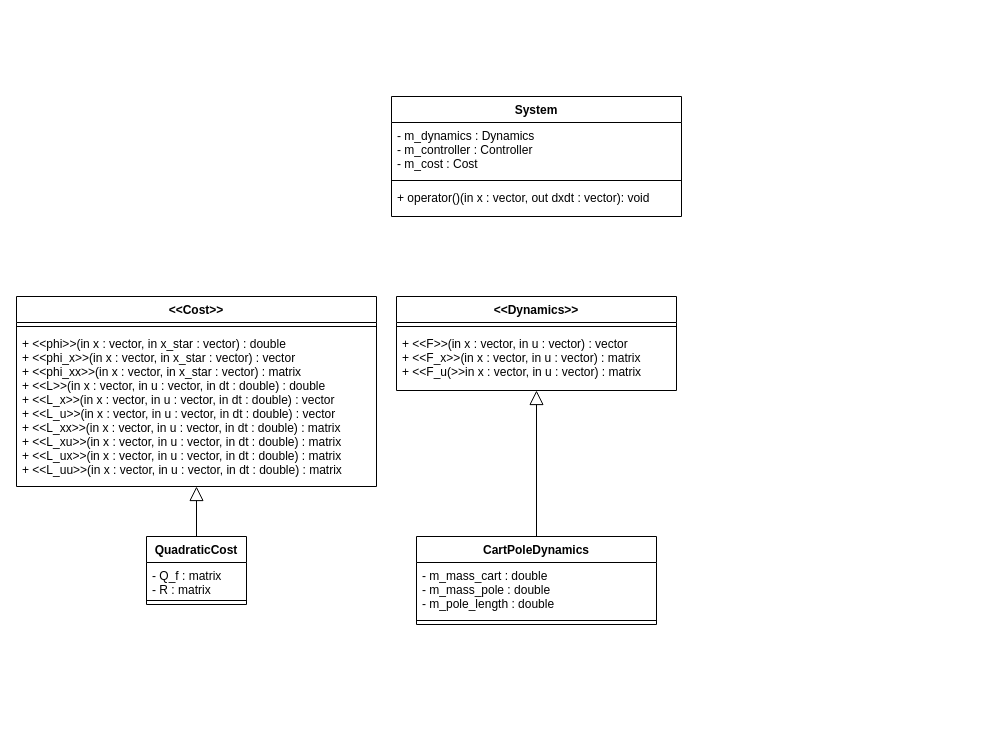
Above: doc/mpc-sim-class-diagram.drawio in maitreyakv/aav-sim (draw.io), before the change. Source tidied: cells renumbered, new cells numbered last; positions are measured from the earlier drawing's top-left corner, leaving out a move shared by most shapes. Both pictures are drawn from the tidied source at 100%, with x=0, y=0 at pixel (16, 96).
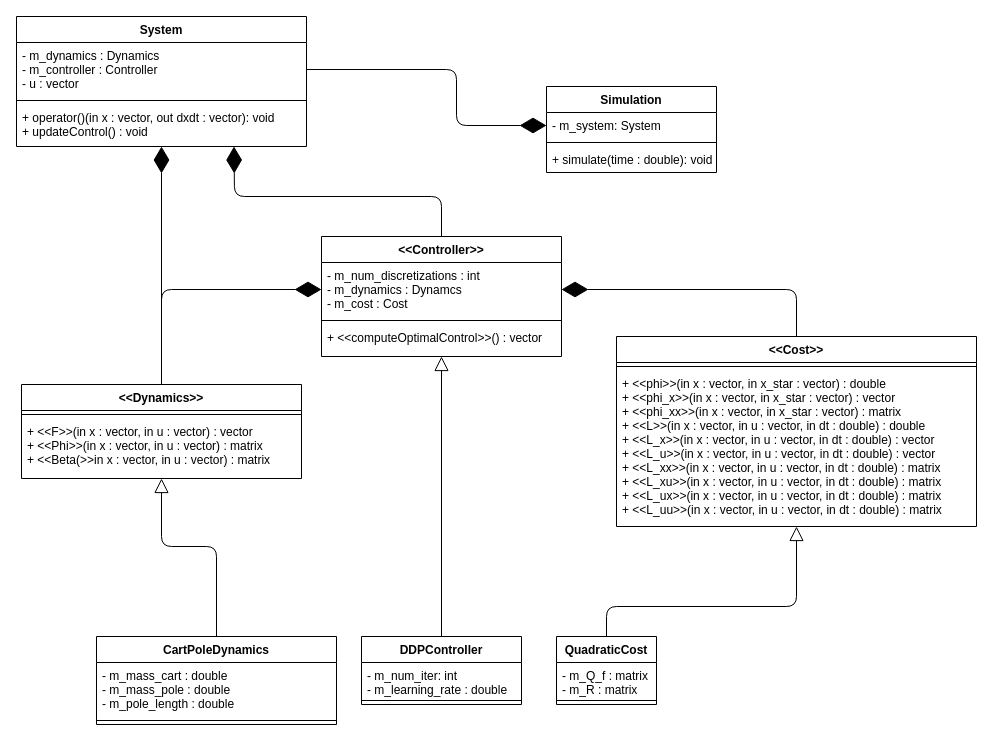
After the change.

Commit message:
Updated UML class diagram

Diff of the diagram source:
```diff
@@
     <mxCell id="2" value="&lt;&lt;Dynamics&gt;&gt;" style="swimlane;fontStyle=1;align=center;verticalAlign=top;horizontal=1;startSize=26;" parent="1" vertex="1">
-      <mxGeometry x="380" y="200" width="280" height="94" as="geometry" />
+      <mxGeometry x="5" y="288" width="280" height="94" as="geometry" />
     </mxCell>
@@
-    <mxCell id="4" value="+ &lt;&lt;F&gt;&gt;(in x : vector, in u : vector) : vector&#10;+ &lt;&lt;F_x&gt;&gt;(in x : vector, in u : vector) : matrix&#10;+ &lt;&lt;F_u(&gt;&gt;in x : vector, in u : vector) : matrix" style="text;strokeColor=none;fillColor=none;align=left;verticalAlign=top;spacingLeft=4;spacingRight=4;overflow=hidden;" parent="2" vertex="1">
+    <mxCell id="4" value="+ &lt;&lt;F&gt;&gt;(in x : vector, in u : vector) : vector&#10;+ &lt;&lt;Phi&gt;&gt;(in x : vector, in u : vector) : matrix&#10;+ &lt;&lt;Beta(&gt;&gt;in x : vector, in u : vector) : matrix" style="text;strokeColor=none;fillColor=none;align=left;verticalAlign=top;spacingLeft=4;spacingRight=4;overflow=hidden;" parent="2" vertex="1">
       <mxGeometry y="34" width="280" height="60" as="geometry" />
     </mxCell>
     <mxCell id="5" value="CartPoleDynamics" style="swimlane;fontStyle=1;align=center;verticalAlign=top;horizontal=1;startSize=26;" parent="1" vertex="1">
-      <mxGeometry x="400" y="440" width="240" height="88" as="geometry" />
+      <mxGeometry x="80" y="540" width="240" height="88" as="geometry" />
     </mxCell>
@@
     <mxCell id="8" style="endArrow=block;endFill=0;endSize=12;html=1;exitX=0.5;exitY=0;exitDx=0;exitDy=0;entryX=0.5;entryY=1;entryDx=0;entryDy=0;" parent="1" edge="1" source="5" target="2">
-      <mxGeometry relative="1" as="geometry" />
+      <mxGeometry relative="1" as="geometry">
+        <Array as="points">
+          <mxPoint x="200" y="450" />
+          <mxPoint x="145" y="450" />
+        </Array>
+      </mxGeometry>
     </mxCell>
     <mxCell id="9" value="System" style="swimlane;fontStyle=1;align=center;verticalAlign=top;horizontal=1;startSize=26;" parent="1" vertex="1">
-      <mxGeometry x="375" width="290" height="120" as="geometry" />
+      <mxGeometry y="-80" width="290" height="130" as="geometry" />
     </mxCell>
-    <mxCell id="10" value="- m_dynamics : Dynamics&#10;- m_controller : Controller&#10;- m_cost : Cost&#10;" style="text;strokeColor=none;fillColor=none;align=left;verticalAlign=top;spacingLeft=4;spacingRight=4;overflow=hidden;points=[[0,0.5],[1,0.5]];portConstraint=eastwest;" parent="9" vertex="1">
+    <mxCell id="10" value="- m_dynamics : Dynamics&#10;- m_controller : Controller&#10;- u : vector&#10;" style="text;strokeColor=none;fillColor=none;align=left;verticalAlign=top;spacingLeft=4;spacingRight=4;overflow=hidden;points=[[0,0.5],[1,0.5]];portConstraint=eastwest;" parent="9" vertex="1">
       <mxGeometry y="26" width="290" height="54" as="geometry" />
     </mxCell>
@@
-    <mxCell id="12" value="+ operator()(in x : vector, out dxdt : vector): void" style="text;strokeColor=none;fillColor=none;align=left;verticalAlign=top;spacingLeft=4;spacingRight=4;overflow=hidden;" parent="9" vertex="1">
-      <mxGeometry y="88" width="290" height="32" as="geometry" />
+    <mxCell id="12" value="+ operator()(in x : vector, out dxdt : vector): void&#10;+ updateControl() : void&#10;" style="text;strokeColor=none;fillColor=none;align=left;verticalAlign=top;spacingLeft=4;spacingRight=4;overflow=hidden;" parent="9" vertex="1">
+      <mxGeometry y="88" width="290" height="42" as="geometry" />
     </mxCell>
     <mxCell id="13" value="&lt;&lt;Cost&gt;&gt;" style="swimlane;fontStyle=1;align=center;verticalAlign=top;horizontal=1;startSize=26;" parent="1" vertex="1">
-      <mxGeometry y="200" width="360" height="190" as="geometry" />
+      <mxGeometry x="600" y="240" width="360" height="190" as="geometry" />
     </mxCell>
@@
     <mxCell id="16" value="QuadraticCost" style="swimlane;fontStyle=1;align=center;verticalAlign=top;horizontal=1;startSize=26;" parent="1" vertex="1">
-      <mxGeometry x="130" y="440" width="100" height="68" as="geometry" />
+      <mxGeometry x="540" y="540" width="100" height="68" as="geometry" />
     </mxCell>
-    <mxCell id="17" value="- Q_f : matrix&#10;- R : matrix&#10;" style="text;strokeColor=none;fillColor=none;align=left;verticalAlign=top;spacingLeft=4;spacingRight=4;overflow=hidden;" parent="16" vertex="1">
+    <mxCell id="17" value="- m_Q_f : matrix&#10;- m_R : matrix&#10;" style="text;strokeColor=none;fillColor=none;align=left;verticalAlign=top;spacingLeft=4;spacingRight=4;overflow=hidden;" parent="16" vertex="1">
       <mxGeometry y="26" width="100" height="34" as="geometry" />
     </mxCell>
@@
     <mxCell id="19" style="endArrow=block;endFill=0;endSize=12;html=1;exitX=0.5;exitY=0;exitDx=0;exitDy=0;entryX=0.5;entryY=1;entryDx=0;entryDy=0;" parent="1" edge="1" source="16" target="13">
-      <mxGeometry relative="1" as="geometry" />
+      <mxGeometry relative="1" as="geometry">
+        <Array as="points">
+          <mxPoint x="590" y="510" />
+          <mxPoint x="780" y="510" />
+        </Array>
+      </mxGeometry>
     </mxCell>
+    <mxCell id="20" value="&lt;&lt;Controller&gt;&gt;" style="swimlane;fontStyle=1;align=center;verticalAlign=top;horizontal=1;startSize=26;" parent="1" vertex="1">
+      <mxGeometry x="305" y="140" width="240" height="120" as="geometry" />
+    </mxCell>
+    <mxCell id="21" value="- m_num_discretizations : int&#10;- m_dynamics : Dynamcs&#10;- m_cost : Cost&#10;&#10;" style="text;strokeColor=none;fillColor=none;align=left;verticalAlign=top;spacingLeft=4;spacingRight=4;overflow=hidden;points=[[0,0.5],[1,0.5]];portConstraint=eastwest;" parent="20" vertex="1">
+      <mxGeometry y="26" width="240" height="54" as="geometry" />
+    </mxCell>
+    <mxCell id="22" style="line;strokeWidth=1;fillColor=none;align=left;verticalAlign=middle;spacingTop=-1;spacingLeft=3;spacingRight=3;labelPosition=right;" parent="20" vertex="1">
+      <mxGeometry y="80" width="240" height="8" as="geometry" />
+    </mxCell>
+    <mxCell id="23" value="+ &lt;&lt;computeOptimalControl&gt;&gt;() : vector" style="text;strokeColor=none;fillColor=none;align=left;verticalAlign=top;spacingLeft=4;spacingRight=4;overflow=hidden;" parent="20" vertex="1">
+      <mxGeometry y="88" width="240" height="32" as="geometry" />
+    </mxCell>
+    <mxCell id="24" value="DDPController" style="swimlane;fontStyle=1;align=center;verticalAlign=top;horizontal=1;startSize=26;" parent="1" vertex="1">
+      <mxGeometry x="345" y="540" width="160" height="68" as="geometry" />
+    </mxCell>
+    <mxCell id="25" value="- m_num_iter: int&#10;- m_learning_rate : double&#10;" style="text;strokeColor=none;fillColor=none;align=left;verticalAlign=top;spacingLeft=4;spacingRight=4;overflow=hidden;" parent="24" vertex="1">
+      <mxGeometry y="26" width="160" height="34" as="geometry" />
+    </mxCell>
+    <mxCell id="26" style="line;strokeWidth=1;fillColor=none;align=left;verticalAlign=middle;spacingTop=-1;spacingLeft=3;spacingRight=3;labelPosition=right;" parent="24" vertex="1">
+      <mxGeometry y="60" width="160" height="8" as="geometry" />
+    </mxCell>
+    <mxCell id="27" style="endArrow=block;endFill=0;endSize=12;html=1;exitX=0.5;exitY=0;exitDx=0;exitDy=0;entryX=0.5;entryY=1;entryDx=0;entryDy=0;" parent="1" edge="1" source="24" target="20">
+      <mxGeometry relative="1" as="geometry" />
+    </mxCell>
+    <mxCell id="28" style="endArrow=diamondThin;endFill=1;endSize=24;html=1;exitX=0.5;exitY=0;exitDx=0;exitDy=0;entryX=0.5;entryY=1;entryDx=0;entryDy=0;" parent="1" edge="1" source="2" target="9">
+      <mxGeometry relative="1" as="geometry" />
+    </mxCell>
+    <mxCell id="29" style="endArrow=diamondThin;endFill=1;endSize=24;html=1;exitX=0.5;exitY=0;exitDx=0;exitDy=0;entryX=1;entryY=0.5;entryDx=0;entryDy=0;" parent="1" edge="1" source="13" target="21">
+      <mxGeometry relative="1" as="geometry">
+        <Array as="points">
+          <mxPoint x="780" y="193" />
+        </Array>
+      </mxGeometry>
+    </mxCell>
+    <mxCell id="30" style="endArrow=diamondThin;endFill=1;endSize=24;html=1;exitX=0.5;exitY=0;exitDx=0;exitDy=0;entryX=0;entryY=0.5;entryDx=0;entryDy=0;" parent="1" edge="1" source="2" target="21">
+      <mxGeometry relative="1" as="geometry">
+        <Array as="points">
+          <mxPoint x="145" y="193" />
+        </Array>
+      </mxGeometry>
+    </mxCell>
+    <mxCell id="31" style="endArrow=diamondThin;endFill=1;endSize=24;html=1;exitX=0.5;exitY=0;exitDx=0;exitDy=0;entryX=0.75;entryY=1;entryDx=0;entryDy=0;" parent="1" edge="1" source="20" target="9">
+      <mxGeometry relative="1" as="geometry">
+        <Array as="points">
+          <mxPoint x="425" y="100" />
+          <mxPoint x="218" y="100" />
+        </Array>
+      </mxGeometry>
+    </mxCell>
+    <mxCell id="32" value="Simulation" style="swimlane;fontStyle=1;align=center;verticalAlign=top;horizontal=1;startSize=26;" parent="1" vertex="1">
+      <mxGeometry x="530" y="-10" width="170" height="86" as="geometry" />
+    </mxCell>
+    <mxCell id="33" value="- m_system: System" style="text;strokeColor=none;fillColor=none;align=left;verticalAlign=top;spacingLeft=4;spacingRight=4;overflow=hidden;points=[[0,0.5],[1,0.5]];portConstraint=eastwest;" parent="32" vertex="1">
+      <mxGeometry y="26" width="170" height="26" as="geometry" />
+    </mxCell>
+    <mxCell id="34" style="line;strokeWidth=1;fillColor=none;align=left;verticalAlign=middle;spacingTop=-1;spacingLeft=3;spacingRight=3;labelPosition=right;" parent="32" vertex="1">
+      <mxGeometry y="52" width="170" height="8" as="geometry" />
+    </mxCell>
+    <mxCell id="35" value="+ simulate(time : double): void" style="text;strokeColor=none;fillColor=none;align=left;verticalAlign=top;spacingLeft=4;spacingRight=4;overflow=hidden;" parent="32" vertex="1">
+      <mxGeometry y="60" width="170" height="26" as="geometry" />
+    </mxCell>
+    <mxCell id="36" style="endArrow=diamondThin;endFill=1;endSize=24;html=1;exitX=1;exitY=0.5;exitDx=0;exitDy=0;entryX=0;entryY=0.5;entryDx=0;entryDy=0;" parent="1" edge="1" source="10" target="33">
+      <mxGeometry relative="1" as="geometry">
+        <Array as="points">
+          <mxPoint x="440" y="-27" />
+          <mxPoint x="440" y="29" />
+        </Array>
+      </mxGeometry>
+    </mxCell>
```
